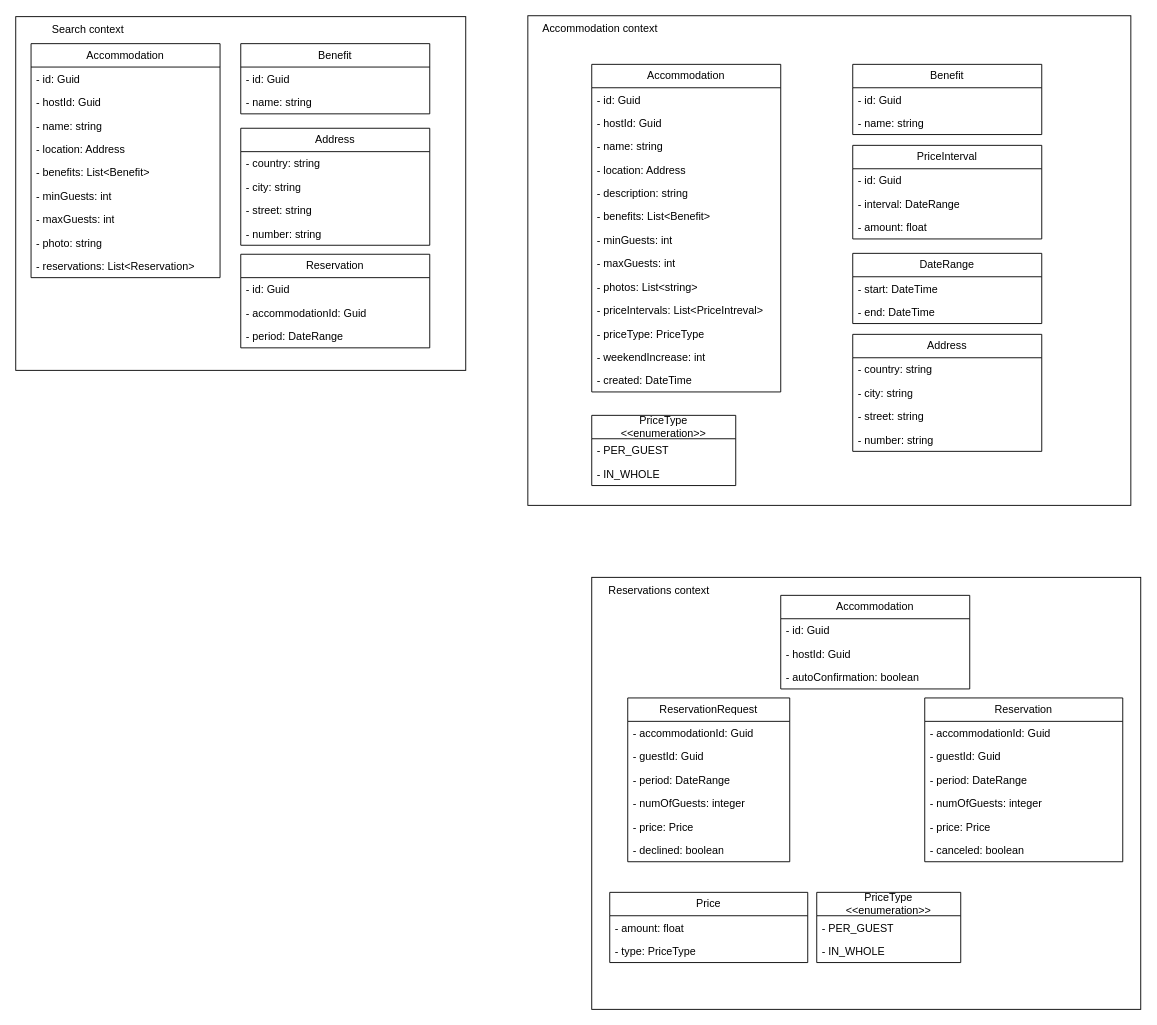
Before: accommodation-booking/architecture.drawio in markor33/booking-app, a draw.io diagram. Source tidied: cells renumbered, new cells numbered last; positions are measured from the earlier drawing's top-left corner, leaving out a move shared by most shapes. Both pictures are drawn from the tidied source at 90%, with x=0, y=0 at pixel (15, 15).
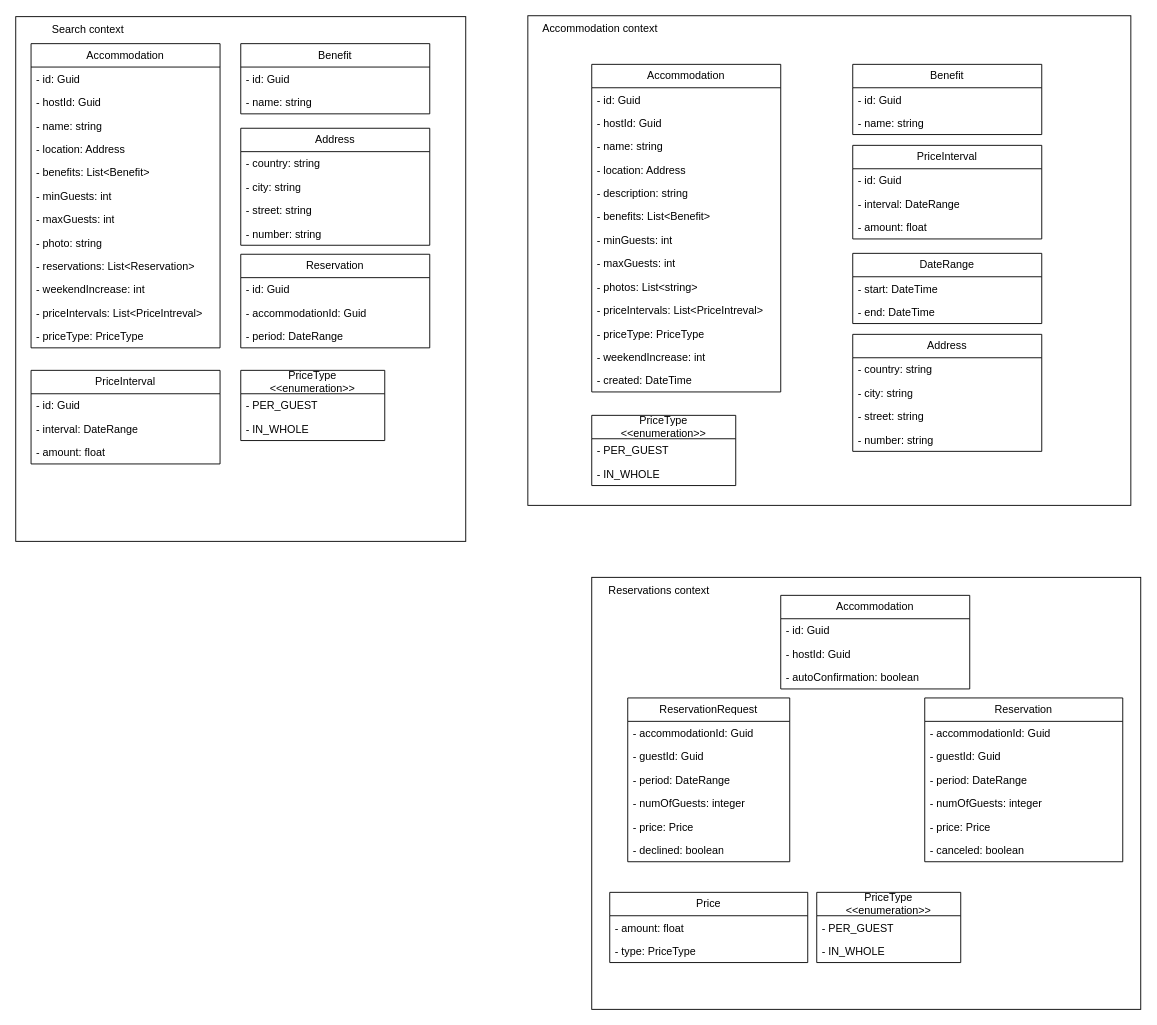
The same diagram, later.

The edit, as a diff of the source:
```diff
@@
     <mxCell id="62" style="rounded=0;whiteSpace=wrap;html=1;" parent="1" vertex="1">
-      <mxGeometry y="1" width="500" height="393" as="geometry" />
+      <mxGeometry y="1" width="500" height="583" as="geometry" />
     </mxCell>
@@
     <mxCell id="64" value="Accommodation" style="swimlane;fontStyle=0;horizontal=1;startSize=26;fillColor=none;whiteSpace=wrap;html=1;" parent="1" vertex="1">
-      <mxGeometry x="17" y="31" width="210" height="260" as="geometry" />
+      <mxGeometry x="17" y="31" width="210" height="338" as="geometry" />
     </mxCell>
@@
+    <mxCell id="86" value="- weekendIncrease: int" style="text;strokeColor=none;fillColor=none;align=left;verticalAlign=top;spacingLeft=4;spacingRight=4;overflow=hidden;whiteSpace=wrap;html=1;" parent="64" vertex="1">
+      <mxGeometry y="260" width="210" height="26" as="geometry" />
+    </mxCell>
+    <mxCell id="87" value="- priceIntervals: List&amp;lt;PriceIntreval&amp;gt;" style="text;strokeColor=none;fillColor=none;align=left;verticalAlign=top;spacingLeft=4;spacingRight=4;overflow=hidden;whiteSpace=wrap;html=1;" parent="64" vertex="1">
+      <mxGeometry y="286" width="210" height="26" as="geometry" />
+    </mxCell>
+    <mxCell id="88" value="- priceType: PriceType" style="text;strokeColor=none;fillColor=none;align=left;verticalAlign=top;spacingLeft=4;spacingRight=4;overflow=hidden;whiteSpace=wrap;html=1;" parent="64" vertex="1">
+      <mxGeometry y="312" width="210" height="26" as="geometry" />
+    </mxCell>
@@
+    <mxCell id="89" value="PriceInterval" style="swimlane;fontStyle=0;horizontal=1;startSize=26;fillColor=none;whiteSpace=wrap;html=1;" parent="1" vertex="1">
+      <mxGeometry x="17" y="394" width="210" height="104" as="geometry" />
+    </mxCell>
+    <mxCell id="90" value="- id: Guid" style="text;strokeColor=none;fillColor=none;align=left;verticalAlign=top;spacingLeft=4;spacingRight=4;overflow=hidden;whiteSpace=wrap;html=1;" parent="89" vertex="1">
+      <mxGeometry y="26" width="210" height="26" as="geometry" />
+    </mxCell>
+    <mxCell id="91" value="- interval: DateRange" style="text;strokeColor=none;fillColor=none;align=left;verticalAlign=top;spacingLeft=4;spacingRight=4;overflow=hidden;whiteSpace=wrap;html=1;" parent="89" vertex="1">
+      <mxGeometry y="52" width="210" height="26" as="geometry" />
+    </mxCell>
+    <mxCell id="92" value="- amount: float" style="text;strokeColor=none;fillColor=none;align=left;verticalAlign=top;spacingLeft=4;spacingRight=4;overflow=hidden;whiteSpace=wrap;html=1;" parent="89" vertex="1">
+      <mxGeometry y="78" width="210" height="26" as="geometry" />
+    </mxCell>
+    <mxCell id="93" value="PriceType&lt;br&gt;&amp;lt;&amp;lt;enumeration&amp;gt;&amp;gt;" style="swimlane;fontStyle=0;horizontal=1;startSize=26;fillColor=none;whiteSpace=wrap;html=1;" parent="1" vertex="1">
+      <mxGeometry x="250" y="394" width="160" height="78" as="geometry" />
+    </mxCell>
+    <mxCell id="94" value="- PER_GUEST" style="text;strokeColor=none;fillColor=none;align=left;verticalAlign=top;spacingLeft=4;spacingRight=4;overflow=hidden;whiteSpace=wrap;html=1;" parent="93" vertex="1">
+      <mxGeometry y="26" width="160" height="26" as="geometry" />
+    </mxCell>
+    <mxCell id="95" value="- IN_WHOLE" style="text;strokeColor=none;fillColor=none;align=left;verticalAlign=top;spacingLeft=4;spacingRight=4;overflow=hidden;whiteSpace=wrap;html=1;" parent="93" vertex="1">
+      <mxGeometry y="52" width="160" height="26" as="geometry" />
+    </mxCell>
```
